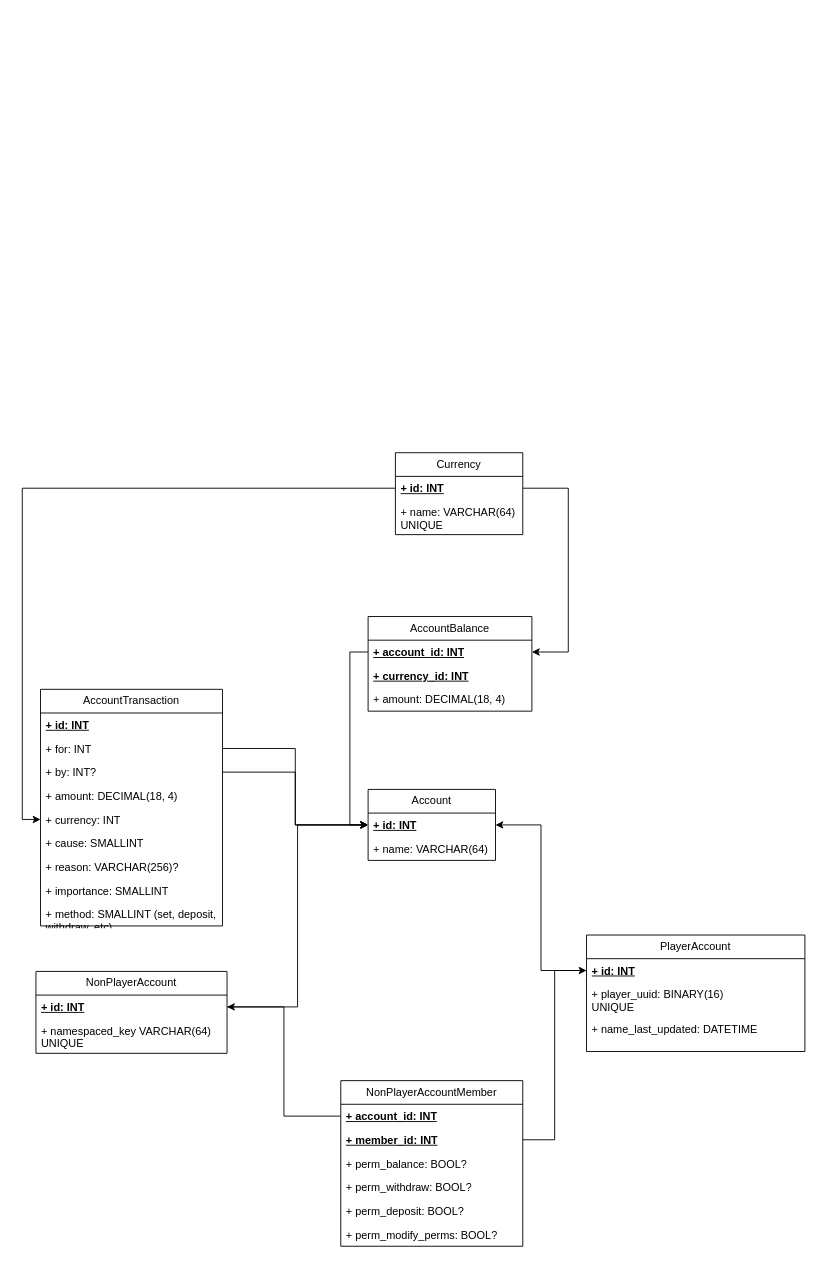
The draw.io diagram docs/brainstorming/sql_planner_3.drawio in ArcanePlugins/Polyconomy, before the edit. Source tidied: cells renumbered, new cells numbered last; positions are measured from the earlier drawing's top-left corner, leaving out a move shared by most shapes. Both pictures are drawn from the tidied source at 91%, with x=0, y=0 at pixel (35, 452).
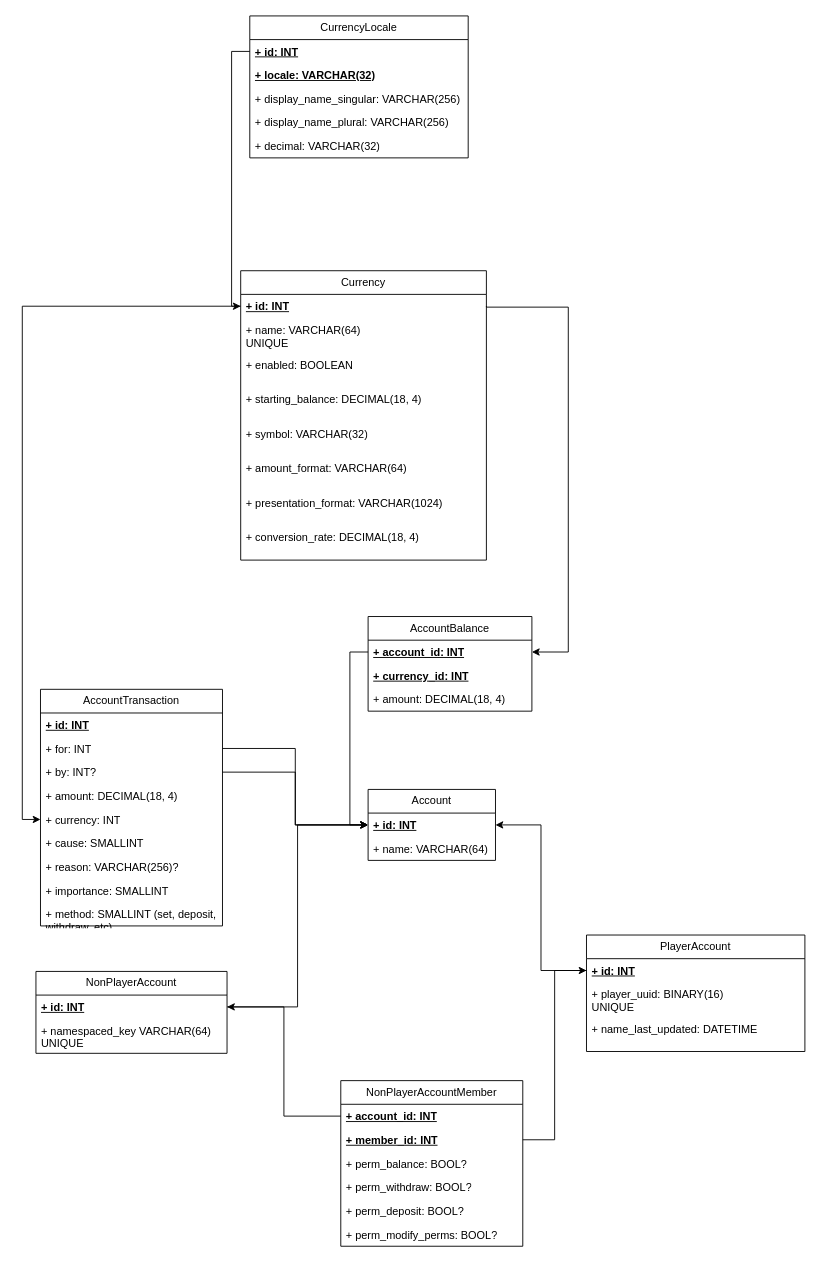
The same page after the edit.

Unchanged cells that the change refers to:
```xml
<mxCell id="27" value="+ account_id: INT" style="text;strokeColor=none;fillColor=none;align=left;verticalAlign=top;spacingLeft=4;spacingRight=4;overflow=hidden;points=[[0,0.5],[1,0.5]];portConstraint=eastwest;whiteSpace=wrap;html=1;fontStyle=5;" parent="26" vertex="1">
  <mxGeometry y="26" width="180" height="26" as="geometry" />
</mxCell>
```

Change to the diagram source:
```diff
@@
     <mxCell id="18" value="Currency" style="swimlane;fontStyle=0;horizontal=1;startSize=26;fillColor=none;whiteSpace=wrap;html=1;" parent="1" vertex="1">
-      <mxGeometry x="395" width="140" height="90" as="geometry" />
+      <mxGeometry x="225" y="-200" width="270" height="318" as="geometry" />
     </mxCell>
     <mxCell id="19" value="&lt;b&gt;&lt;u&gt;+ id: INT&lt;br&gt;&lt;/u&gt;&lt;/b&gt;" style="text;strokeColor=none;fillColor=none;align=left;verticalAlign=top;spacingLeft=4;spacingRight=4;overflow=hidden;points=[[0,0.5],[1,0.5]];portConstraint=eastwest;whiteSpace=wrap;html=1;" parent="18" vertex="1">
-      <mxGeometry y="26" width="140" height="26" as="geometry" />
+      <mxGeometry y="26" width="270" height="26" as="geometry" />
     </mxCell>
     <mxCell id="20" value="+ name: VARCHAR(64)&lt;br&gt;UNIQUE" style="text;strokeColor=none;fillColor=none;align=left;verticalAlign=top;spacingLeft=4;spacingRight=4;overflow=hidden;whiteSpace=wrap;html=1;" parent="18" vertex="1">
-      <mxGeometry y="52" width="140" height="38" as="geometry" />
+      <mxGeometry y="52" width="270" height="38" as="geometry" />
     </mxCell>
+    <mxCell id="45" value="+ enabled: BOOLEAN" style="text;strokeColor=none;fillColor=none;align=left;verticalAlign=top;spacingLeft=4;spacingRight=4;overflow=hidden;whiteSpace=wrap;html=1;" parent="18" vertex="1">
+      <mxGeometry y="90" width="270" height="38" as="geometry" />
+    </mxCell>
+    <mxCell id="46" value="+ starting_balance: DECIMAL(18, 4)" style="text;strokeColor=none;fillColor=none;align=left;verticalAlign=top;spacingLeft=4;spacingRight=4;overflow=hidden;whiteSpace=wrap;html=1;" parent="18" vertex="1">
+      <mxGeometry y="128" width="270" height="38" as="geometry" />
+    </mxCell>
+    <mxCell id="47" value="+ symbol: VARCHAR(32)" style="text;strokeColor=none;fillColor=none;align=left;verticalAlign=top;spacingLeft=4;spacingRight=4;overflow=hidden;whiteSpace=wrap;html=1;" parent="18" vertex="1">
+      <mxGeometry y="166" width="270" height="38" as="geometry" />
+    </mxCell>
+    <mxCell id="48" value="+ amount_format: VARCHAR(64)" style="text;strokeColor=none;fillColor=none;align=left;verticalAlign=top;spacingLeft=4;spacingRight=4;overflow=hidden;whiteSpace=wrap;html=1;" parent="18" vertex="1">
+      <mxGeometry y="204" width="270" height="38" as="geometry" />
+    </mxCell>
+    <mxCell id="49" value="+ presentation_format: VARCHAR(1024)" style="text;strokeColor=none;fillColor=none;align=left;verticalAlign=top;spacingLeft=4;spacingRight=4;overflow=hidden;whiteSpace=wrap;html=1;" parent="18" vertex="1">
+      <mxGeometry y="242" width="270" height="38" as="geometry" />
+    </mxCell>
+    <mxCell id="50" value="+ conversion_rate: DECIMAL(18, 4)" style="text;strokeColor=none;fillColor=none;align=left;verticalAlign=top;spacingLeft=4;spacingRight=4;overflow=hidden;whiteSpace=wrap;html=1;" parent="18" vertex="1">
+      <mxGeometry y="280" width="270" height="38" as="geometry" />
+    </mxCell>
@@
     <mxCell id="43" style="edgeStyle=orthogonalEdgeStyle;rounded=0;jettySize=auto;html=1;exitX=1;exitY=0.5;exitDx=0;exitDy=0;entryX=1;entryY=0.5;entryDx=0;entryDy=0;" parent="1" edge="1" source="19" target="27">
       <mxGeometry relative="1" as="geometry">
         <Array as="points">
-          <mxPoint x="585" y="39" />
+          <mxPoint x="495" y="-160" />
+          <mxPoint x="585" y="-160" />
           <mxPoint x="585" y="219" />
         </Array>
       </mxGeometry>
     </mxCell>
@@
+    <mxCell id="51" value="CurrencyLocale" style="swimlane;fontStyle=0;horizontal=1;startSize=26;fillColor=none;whiteSpace=wrap;html=1;" parent="1" vertex="1">
+      <mxGeometry x="235" y="-480" width="240" height="156" as="geometry" />
+    </mxCell>
+    <mxCell id="52" value="+ id: INT" style="text;strokeColor=none;fillColor=none;align=left;verticalAlign=top;spacingLeft=4;spacingRight=4;overflow=hidden;points=[[0,0.5],[1,0.5]];portConstraint=eastwest;whiteSpace=wrap;html=1;fontStyle=5;" parent="51" vertex="1">
+      <mxGeometry y="26" width="240" height="26" as="geometry" />
+    </mxCell>
+    <mxCell id="53" value="+ locale: VARCHAR(32)" style="text;strokeColor=none;fillColor=none;align=left;verticalAlign=top;spacingLeft=4;spacingRight=4;overflow=hidden;whiteSpace=wrap;html=1;fontStyle=5;" parent="51" vertex="1">
+      <mxGeometry y="52" width="240" height="26" as="geometry" />
+    </mxCell>
+    <mxCell id="54" value="+ display_name_singular: VARCHAR(256)" style="text;strokeColor=none;fillColor=none;align=left;verticalAlign=top;spacingLeft=4;spacingRight=4;overflow=hidden;whiteSpace=wrap;html=1;" parent="51" vertex="1">
+      <mxGeometry y="78" width="240" height="26" as="geometry" />
+    </mxCell>
+    <mxCell id="55" value="+ display_name_plural: VARCHAR(256)" style="text;strokeColor=none;fillColor=none;align=left;verticalAlign=top;spacingLeft=4;spacingRight=4;overflow=hidden;whiteSpace=wrap;html=1;" parent="51" vertex="1">
+      <mxGeometry y="104" width="240" height="26" as="geometry" />
+    </mxCell>
+    <mxCell id="56" value="+ decimal: VARCHAR(32)" style="text;strokeColor=none;fillColor=none;align=left;verticalAlign=top;spacingLeft=4;spacingRight=4;overflow=hidden;whiteSpace=wrap;html=1;" parent="51" vertex="1">
+      <mxGeometry y="130" width="240" height="26" as="geometry" />
+    </mxCell>
+    <mxCell id="57" style="edgeStyle=orthogonalEdgeStyle;rounded=0;jettySize=auto;html=1;exitX=0;exitY=0.5;exitDx=0;exitDy=0;entryX=0;entryY=0.5;entryDx=0;entryDy=0;" parent="1" edge="1" source="52" target="19">
+      <mxGeometry relative="1" as="geometry" />
+    </mxCell>
```
